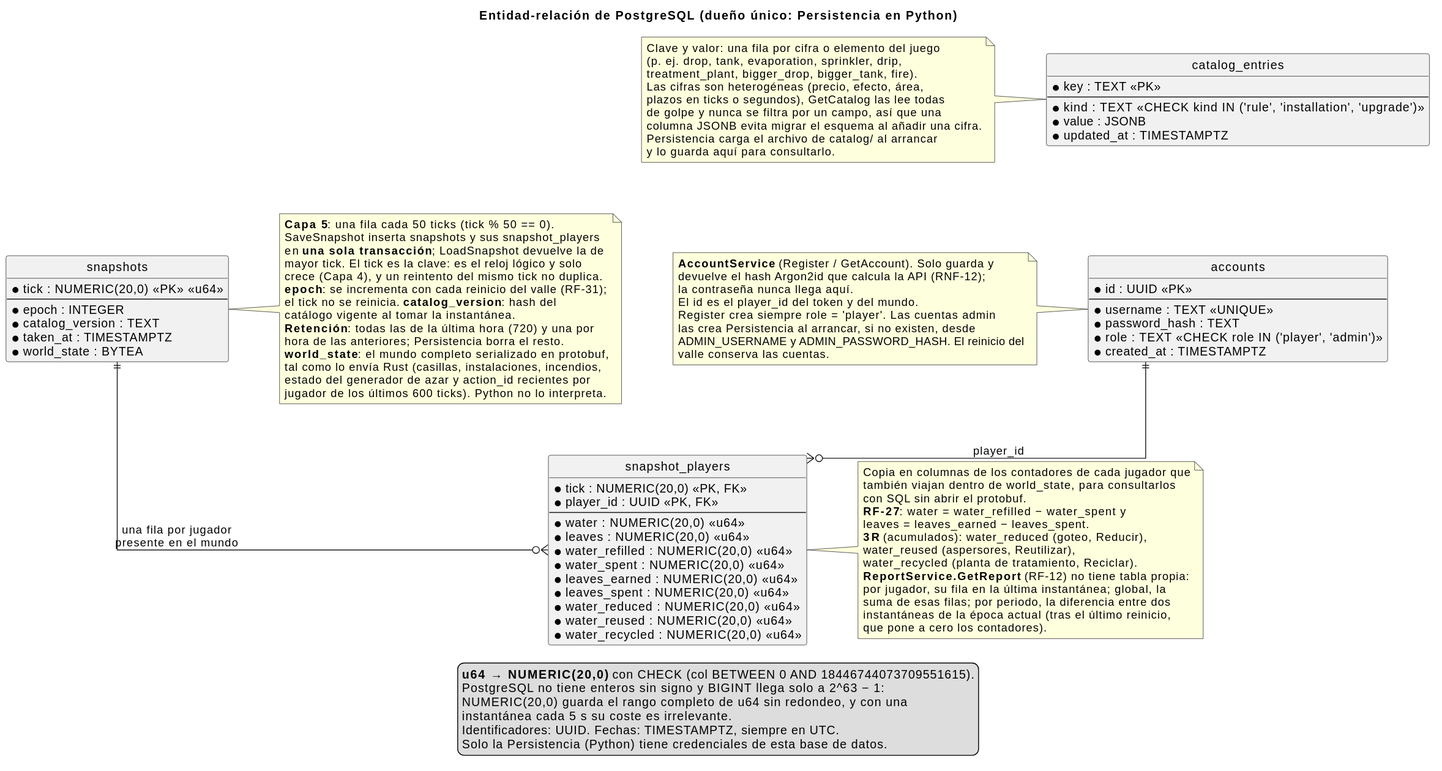
This is docs/diagrams/07-entidad-relacion.svg from iadev2005/hydrovalley, a PlantUML export, as it was before one commit.
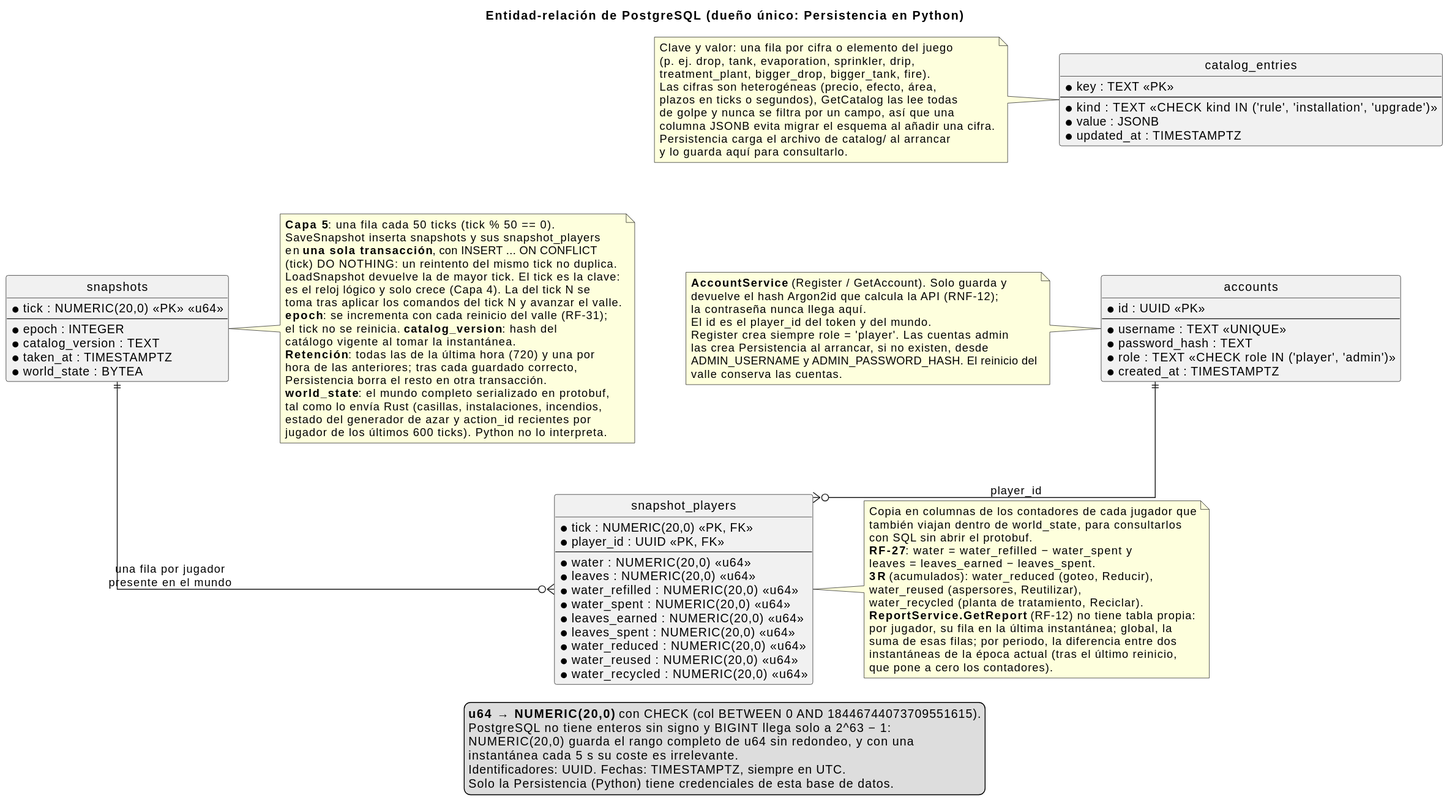
The same diagram one commit later.

Diff of the diagram source:
```diff
@@ -54,14 +54,17 @@
 note right of snapshots
   <b>Capa 5</b>: una fila cada 50 ticks (tick % 50 == 0).
   SaveSnapshot inserta snapshots y sus snapshot_players
-  en <b>una sola transacción</b>; LoadSnapshot devuelve la de
-  mayor tick. El tick es la clave: es el reloj lógico y solo
-  crece (Capa 4), y un reintento del mismo tick no duplica.
+  en <b>una sola transacción</b>, con INSERT ... ON CONFLICT
+  (tick) DO NOTHING: un reintento del mismo tick no duplica.
+  LoadSnapshot devuelve la de mayor tick. El tick es la clave:
+  es el reloj lógico y solo crece (Capa 4). La del tick N se
+  toma tras aplicar los comandos del tick N y avanzar el valle.
   <b>epoch</b>: se incrementa con cada reinicio del valle (RF-31);
   el tick no se reinicia. <b>catalog_version</b>: hash del
   catálogo vigente al tomar la instantánea.
   <b>Retención</b>: todas las de la última hora (720) y una por
-  hora de las anteriores; Persistencia borra el resto.
+  hora de las anteriores; tras cada guardado correcto,
+  Persistencia borra el resto en otra transacción.
   <b>world_state</b>: el mundo completo serializado en protobuf,
   tal como lo envía Rust (casillas, instalaciones, incendios,
   estado del generador de azar y action_id recientes por
```
